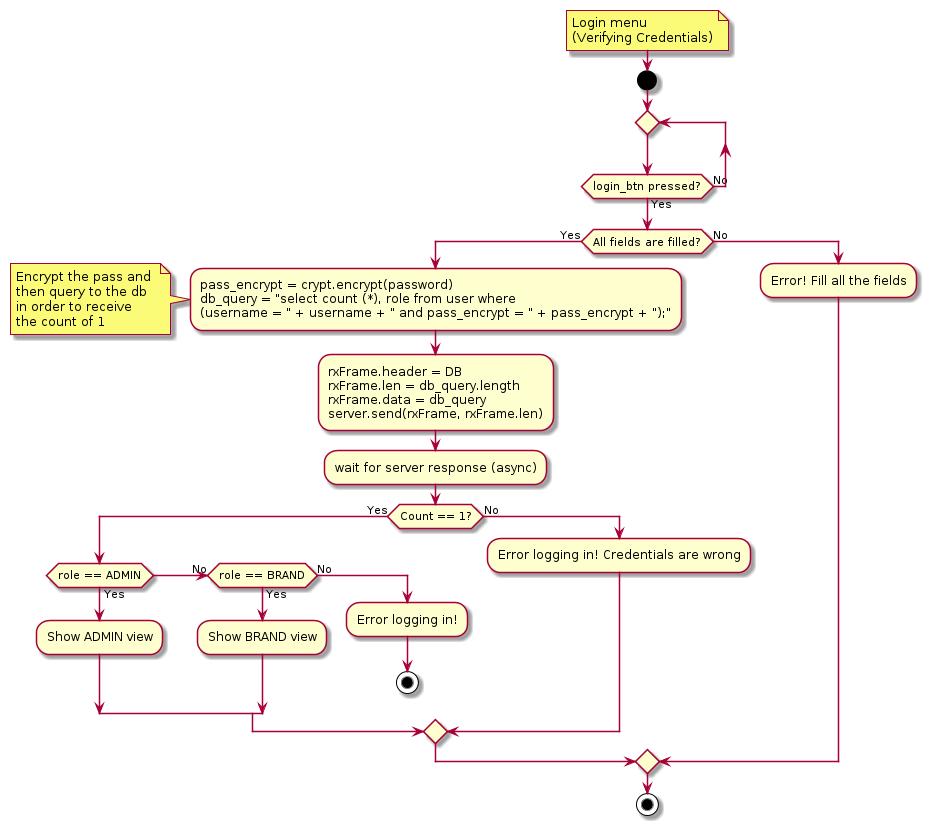
ElectroQuanta/MDO keeps this PlantUML diagram as Proj/report/img/flow-rc-login.png. Above is the earlier version.
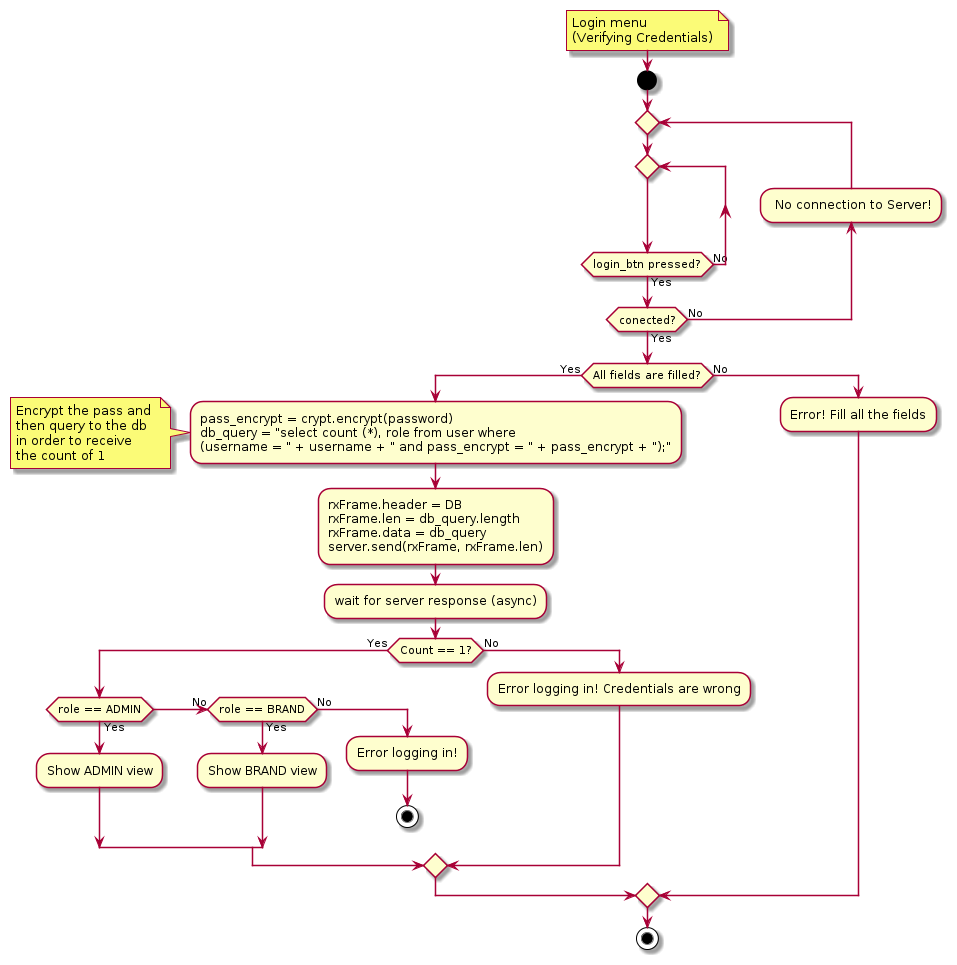
After the change.

What changed in the source:
```diff
@@ -5,8 +5,10 @@
   end note
   start
     repeat
-    repeat while(login_btn pressed?) is (No) not (Yes)
-
+      repeat
+      repeat while(login_btn pressed?) is (No) not (Yes)
+      backward: No connection to Server!;
+    repeat while(conected?) is (No) not (Yes)
     if (All fields are filled?) then (Yes)
 
         :pass_encrypt = crypt.encrypt(password)
```
